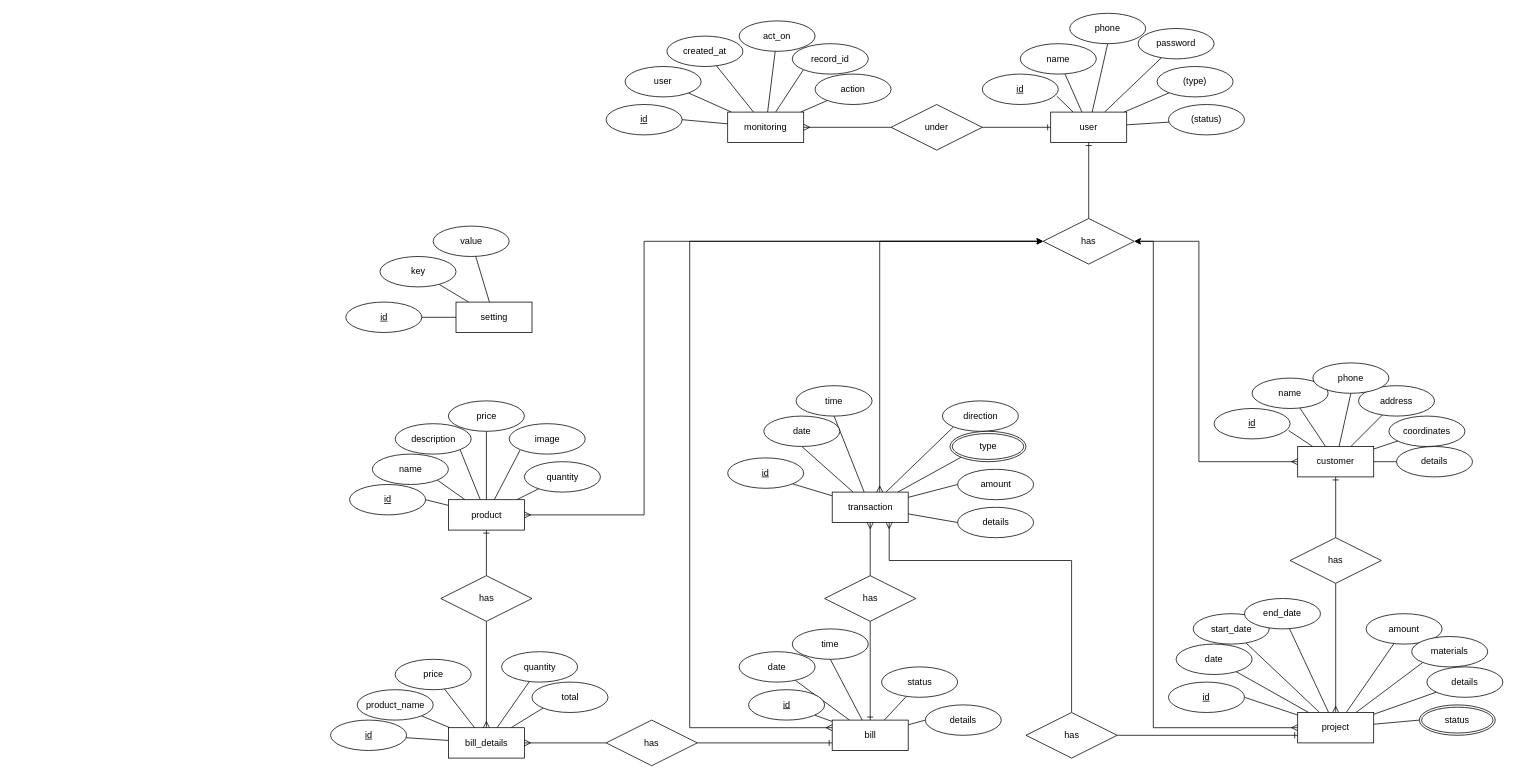
Before: page "ERD" (1 of 2) of Diagrams/drawio/ModernHouse.drawio in khaledfathi/ModernHouse, a draw.io diagram. Source tidied: cells renumbered, new cells numbered last; positions are measured from the earlier drawing's top-left corner, leaving out a move shared by most shapes. Both pictures are drawn from the tidied source at 76%, with x=0, y=0 at pixel (331, 13).
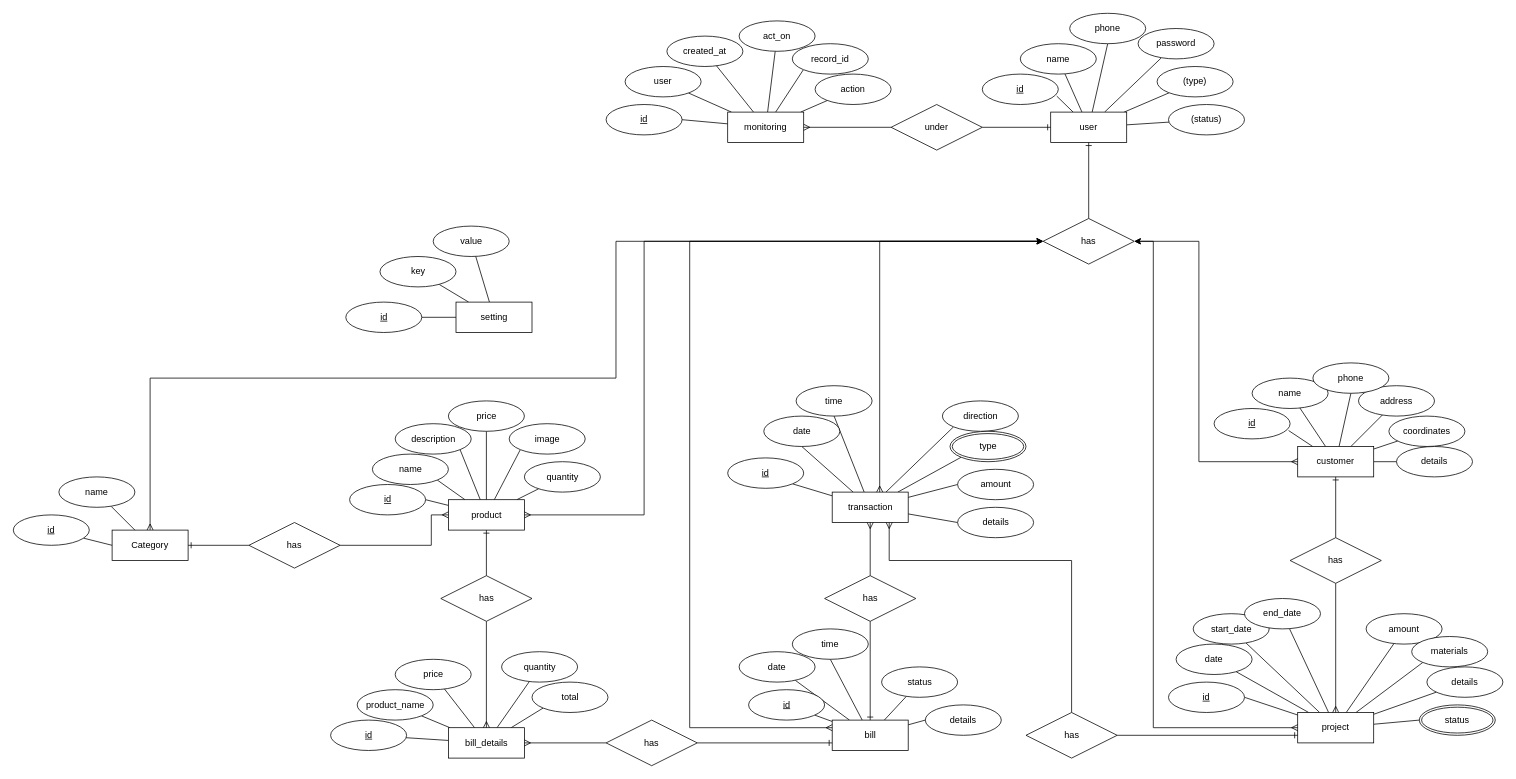
The same page after the edit.

The change refers to these unchanged cells:
```xml
<mxCell id="105" value="product" style="whiteSpace=wrap;html=1;align=center;" parent="1" vertex="1">
  <mxGeometry x="154.5" y="640" width="100" height="40" as="geometry" />
</mxCell>
<mxCell id="122" value="has" style="shape=rhombus;perimeter=rhombusPerimeter;whiteSpace=wrap;html=1;align=center;" parent="1" vertex="1">
  <mxGeometry x="937" y="270" width="120" height="60" as="geometry" />
</mxCell>
```

What changed in the source:
```diff
@@
+    <mxCell id="141" style="edgeStyle=orthogonalEdgeStyle;rounded=0;jettySize=auto;html=1;entryX=0;entryY=0.5;entryDx=0;entryDy=0;endArrow=classic;endFill=0;startArrow=ERmany;startFill=0;" parent="1" edge="1" source="142" target="122">
+      <mxGeometry relative="1" as="geometry">
+        <Array as="points">
+          <mxPoint x="-238" y="480" />
+          <mxPoint x="375" y="480" />
+          <mxPoint x="375" y="300" />
+        </Array>
+      </mxGeometry>
+    </mxCell>
+    <mxCell id="142" value="Category" style="whiteSpace=wrap;html=1;align=center;" parent="1" vertex="1">
+      <mxGeometry x="-288" y="680" width="100" height="40" as="geometry" />
+    </mxCell>
+    <mxCell id="143" style="edgeStyle=orthogonalEdgeStyle;rounded=0;jettySize=auto;html=1;entryX=0;entryY=0.5;entryDx=0;entryDy=0;endArrow=ERmany;endFill=0;" parent="1" edge="1" source="145" target="105">
+      <mxGeometry relative="1" as="geometry">
+        <Array as="points">
+          <mxPoint x="132" y="700" />
+          <mxPoint x="132" y="660" />
+        </Array>
+      </mxGeometry>
+    </mxCell>
+    <mxCell id="144" style="edgeStyle=orthogonalEdgeStyle;rounded=0;jettySize=auto;html=1;endArrow=ERone;endFill=0;" parent="1" edge="1" source="145" target="142">
+      <mxGeometry relative="1" as="geometry" />
+    </mxCell>
+    <mxCell id="145" value="has" style="shape=rhombus;perimeter=rhombusPerimeter;whiteSpace=wrap;html=1;align=center;" parent="1" vertex="1">
+      <mxGeometry x="-108" y="670" width="120" height="60" as="geometry" />
+    </mxCell>
+    <mxCell id="146" style="rounded=0;jettySize=auto;html=1;entryX=0;entryY=0.5;entryDx=0;entryDy=0;endArrow=none;endFill=0;" parent="1" edge="1" source="147" target="142">
+      <mxGeometry relative="1" as="geometry" />
+    </mxCell>
+    <mxCell id="147" value="id" style="ellipse;whiteSpace=wrap;html=1;align=center;fontStyle=4;" parent="1" vertex="1">
+      <mxGeometry x="-418" y="660" width="100" height="40" as="geometry" />
+    </mxCell>
+    <mxCell id="148" style="rounded=0;jettySize=auto;html=1;endArrow=none;endFill=0;" parent="1" edge="1" source="149" target="142">
+      <mxGeometry relative="1" as="geometry" />
+    </mxCell>
+    <mxCell id="149" value="name" style="ellipse;whiteSpace=wrap;html=1;align=center;" parent="1" vertex="1">
+      <mxGeometry x="-358" y="610" width="100" height="40" as="geometry" />
+    </mxCell>
```
